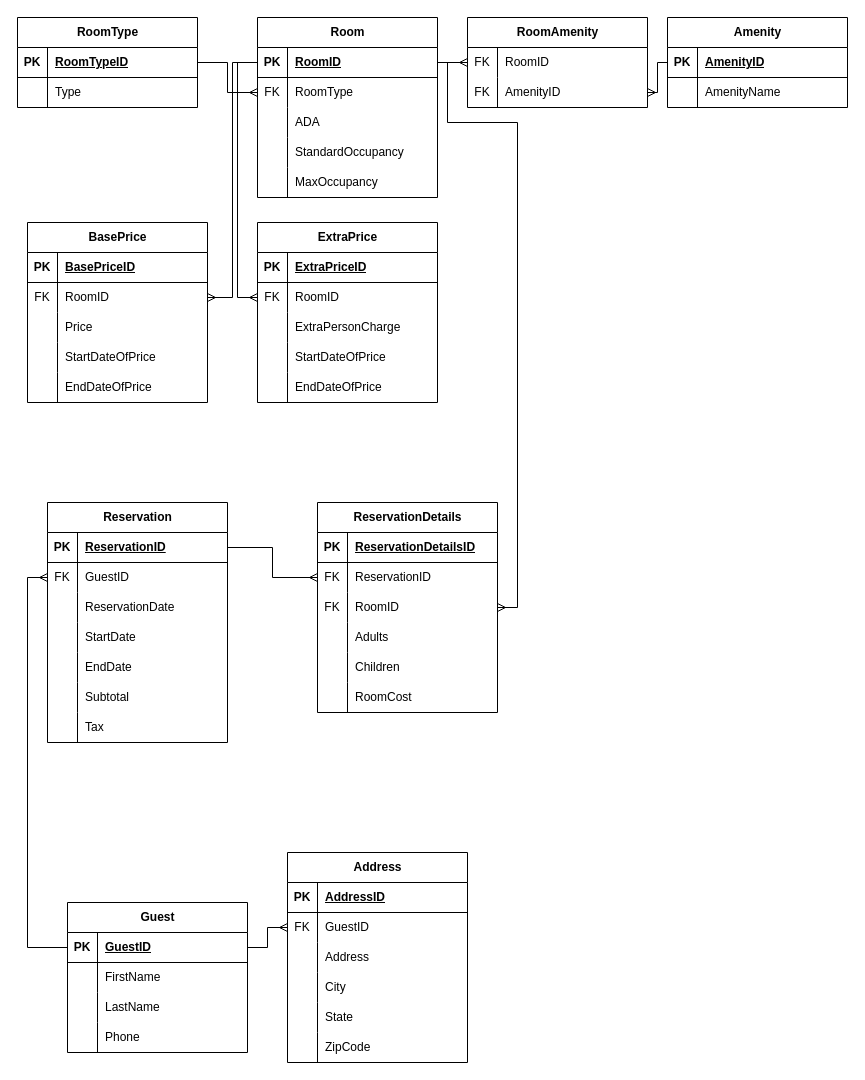
This is ERDs/ERD.drawio from GabyRom/Prod_Supp_SQL, a draw.io file, before an edit. Source tidied: cells renumbered, new cells numbered last; positions are measured from the earlier drawing's top-left corner, leaving out a move shared by most shapes. Both pictures are drawn from the tidied source at 100%, with x=0, y=0 at pixel (17, 17).
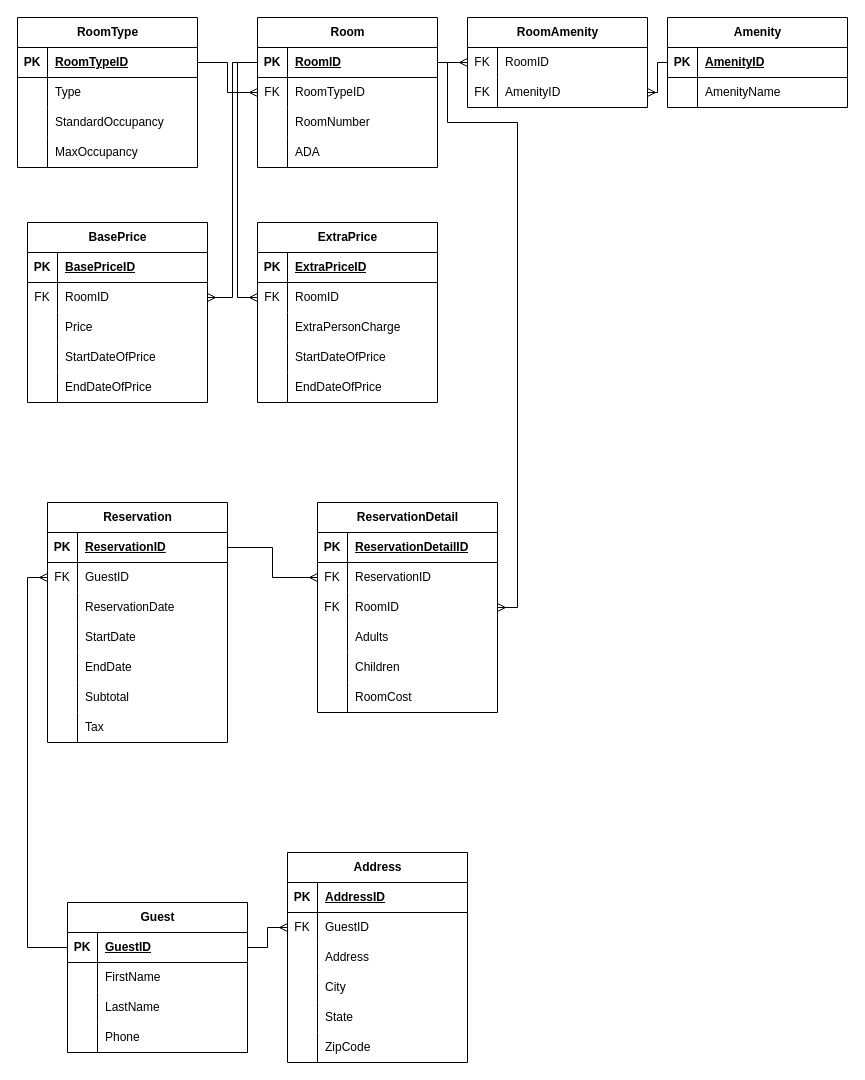
The same page after the edit.

The change refers to these unchanged cells:
```xml
<mxCell id="6" style="shape=tableRow;horizontal=0;startSize=0;swimlaneHead=0;swimlaneBody=0;fillColor=none;points=[[0,0.5],[1,0.5]];portConstraint=eastwest;top=0;left=0;right=0;bottom=0;" parent="2" vertex="1">
  <mxGeometry y="60" width="180" height="30" as="geometry" />
</mxCell>
<mxCell id="120" style="shape=tableRow;horizontal=0;startSize=0;swimlaneHead=0;swimlaneBody=0;fillColor=none;top=0;left=0;right=0;bottom=1;" parent="119" vertex="1">
  <mxGeometry y="30" width="180" height="30" as="geometry" />
</mxCell>
```

Change to the diagram source:
```diff
@@
     <mxCell id="2" value="Room" style="shape=table;startSize=30;childLayout=tableLayout;rowLines=0;fontStyle=1;align=center;html=1;" parent="1" vertex="1">
-      <mxGeometry x="240" width="180" height="180" as="geometry" />
+      <mxGeometry x="240" width="180" height="150" as="geometry" />
     </mxCell>
@@
-    <mxCell id="8" value="RoomType" style="shape=partialRectangle;fillColor=none;top=0;left=0;bottom=0;right=0;align=left;spacingLeft=6;overflow=hidden;whiteSpace=wrap;html=1;" parent="6" vertex="1">
+    <mxCell id="8" value="RoomTypeID" style="shape=partialRectangle;fillColor=none;top=0;left=0;bottom=0;right=0;align=left;spacingLeft=6;overflow=hidden;whiteSpace=wrap;html=1;" parent="6" vertex="1">
       <mxGeometry x="30" width="150" height="30" as="geometry" />
     </mxCell>
+    <mxCell id="153" style="shape=tableRow;horizontal=0;startSize=0;swimlaneHead=0;swimlaneBody=0;fillColor=none;top=0;left=0;right=0;bottom=0;" parent="2" vertex="1">
+      <mxGeometry y="90" width="180" height="30" as="geometry" />
+    </mxCell>
+    <mxCell id="154" style="shape=partialRectangle;fillColor=none;top=0;left=0;bottom=0;right=0;overflow=hidden;whiteSpace=wrap;html=1;" parent="153" vertex="1">
+      <mxGeometry width="30" height="30" as="geometry" />
+    </mxCell>
+    <mxCell id="155" value="RoomNumber" style="shape=partialRectangle;fillColor=none;top=0;left=0;bottom=0;right=0;align=left;spacingLeft=6;overflow=hidden;whiteSpace=wrap;html=1;" parent="153" vertex="1">
+      <mxGeometry x="30" width="150" height="30" as="geometry" />
+    </mxCell>
     <mxCell id="9" style="shape=tableRow;horizontal=0;startSize=0;swimlaneHead=0;swimlaneBody=0;fillColor=none;top=0;left=0;right=0;bottom=0;" parent="2" vertex="1">
-      <mxGeometry y="90" width="180" height="30" as="geometry" />
+      <mxGeometry y="120" width="180" height="30" as="geometry" />
     </mxCell>
@@
-    <mxCell id="12" style="shape=tableRow;horizontal=0;startSize=0;swimlaneHead=0;swimlaneBody=0;fillColor=none;top=0;left=0;right=0;bottom=0;" parent="2" vertex="1">
-      <mxGeometry y="120" width="180" height="30" as="geometry" />
-    </mxCell>
-    <mxCell id="13" style="shape=partialRectangle;fillColor=none;top=0;left=0;bottom=0;right=0;overflow=hidden;whiteSpace=wrap;html=1;" parent="12" vertex="1">
-      <mxGeometry width="30" height="30" as="geometry" />
-    </mxCell>
-    <mxCell id="14" value="StandardOccupancy" style="shape=partialRectangle;fillColor=none;top=0;left=0;bottom=0;right=0;align=left;spacingLeft=6;overflow=hidden;whiteSpace=wrap;html=1;" parent="12" vertex="1">
-      <mxGeometry x="30" width="150" height="30" as="geometry" />
-    </mxCell>
-    <mxCell id="15" style="shape=tableRow;horizontal=0;startSize=0;swimlaneHead=0;swimlaneBody=0;fillColor=none;top=0;left=0;right=0;bottom=0;" parent="2" vertex="1">
-      <mxGeometry y="150" width="180" height="30" as="geometry" />
-    </mxCell>
-    <mxCell id="16" style="shape=partialRectangle;fillColor=none;top=0;left=0;bottom=0;right=0;overflow=hidden;whiteSpace=wrap;html=1;" parent="15" vertex="1">
-      <mxGeometry width="30" height="30" as="geometry" />
-    </mxCell>
-    <mxCell id="17" value="MaxOccupancy" style="shape=partialRectangle;fillColor=none;top=0;left=0;bottom=0;right=0;align=left;spacingLeft=6;overflow=hidden;whiteSpace=wrap;html=1;" parent="15" vertex="1">
-      <mxGeometry x="30" width="150" height="30" as="geometry" />
-    </mxCell>
@@
     <mxCell id="41" value="RoomType" style="shape=table;startSize=30;childLayout=tableLayout;rowLines=0;fontStyle=1;align=center;html=1;" parent="1" vertex="1">
-      <mxGeometry width="180" height="90" as="geometry" />
+      <mxGeometry width="180" height="150" as="geometry" />
     </mxCell>
@@
+    <mxCell id="156" style="shape=tableRow;horizontal=0;startSize=0;swimlaneHead=0;swimlaneBody=0;fillColor=none;top=0;left=0;right=0;bottom=0;" parent="41" vertex="1">
+      <mxGeometry y="90" width="180" height="30" as="geometry" />
+    </mxCell>
+    <mxCell id="157" style="shape=partialRectangle;fillColor=none;top=0;left=0;bottom=0;right=0;overflow=hidden;whiteSpace=wrap;html=1;" parent="156" vertex="1">
+      <mxGeometry width="30" height="30" as="geometry" />
+    </mxCell>
+    <mxCell id="14" value="StandardOccupancy" style="shape=partialRectangle;fillColor=none;top=0;left=0;bottom=0;right=0;align=left;spacingLeft=6;overflow=hidden;whiteSpace=wrap;html=1;" parent="156" vertex="1">
+      <mxGeometry x="30" width="150" height="30" as="geometry" />
+    </mxCell>
+    <mxCell id="12" style="shape=tableRow;horizontal=0;startSize=0;swimlaneHead=0;swimlaneBody=0;fillColor=none;top=0;left=0;right=0;bottom=0;" parent="41" vertex="1">
+      <mxGeometry y="120" width="180" height="30" as="geometry" />
+    </mxCell>
+    <mxCell id="158" style="shape=partialRectangle;fillColor=none;top=0;left=0;bottom=0;right=0;overflow=hidden;whiteSpace=wrap;html=1;" parent="12" vertex="1">
+      <mxGeometry width="30" height="30" as="geometry" />
+    </mxCell>
+    <mxCell id="17" value="MaxOccupancy" style="shape=partialRectangle;fillColor=none;top=0;left=0;bottom=0;right=0;align=left;spacingLeft=6;overflow=hidden;whiteSpace=wrap;html=1;" parent="12" vertex="1">
+      <mxGeometry x="30" width="150" height="30" as="geometry" />
+    </mxCell>
@@
-    <mxCell id="119" value="ReservationDetails" style="shape=table;startSize=30;childLayout=tableLayout;rowLines=0;fontStyle=1;align=center;html=1;" parent="1" vertex="1">
+    <mxCell id="119" value="ReservationDetail" style="shape=table;startSize=30;childLayout=tableLayout;rowLines=0;fontStyle=1;align=center;html=1;" parent="1" vertex="1">
       <mxGeometry x="300" y="485" width="180" height="210" as="geometry" />
     </mxCell>
@@
-    <mxCell id="122" value="ReservationDetailsID" style="shape=partialRectangle;fillColor=none;top=0;left=0;bottom=0;right=0;align=left;spacingLeft=6;fontStyle=5;overflow=hidden;whiteSpace=wrap;html=1;" parent="120" vertex="1">
+    <mxCell id="122" value="ReservationDetailID" style="shape=partialRectangle;fillColor=none;top=0;left=0;bottom=0;right=0;align=left;spacingLeft=6;fontStyle=5;overflow=hidden;whiteSpace=wrap;html=1;" parent="120" vertex="1">
       <mxGeometry x="30" width="150" height="30" as="geometry" />
     </mxCell>
```
